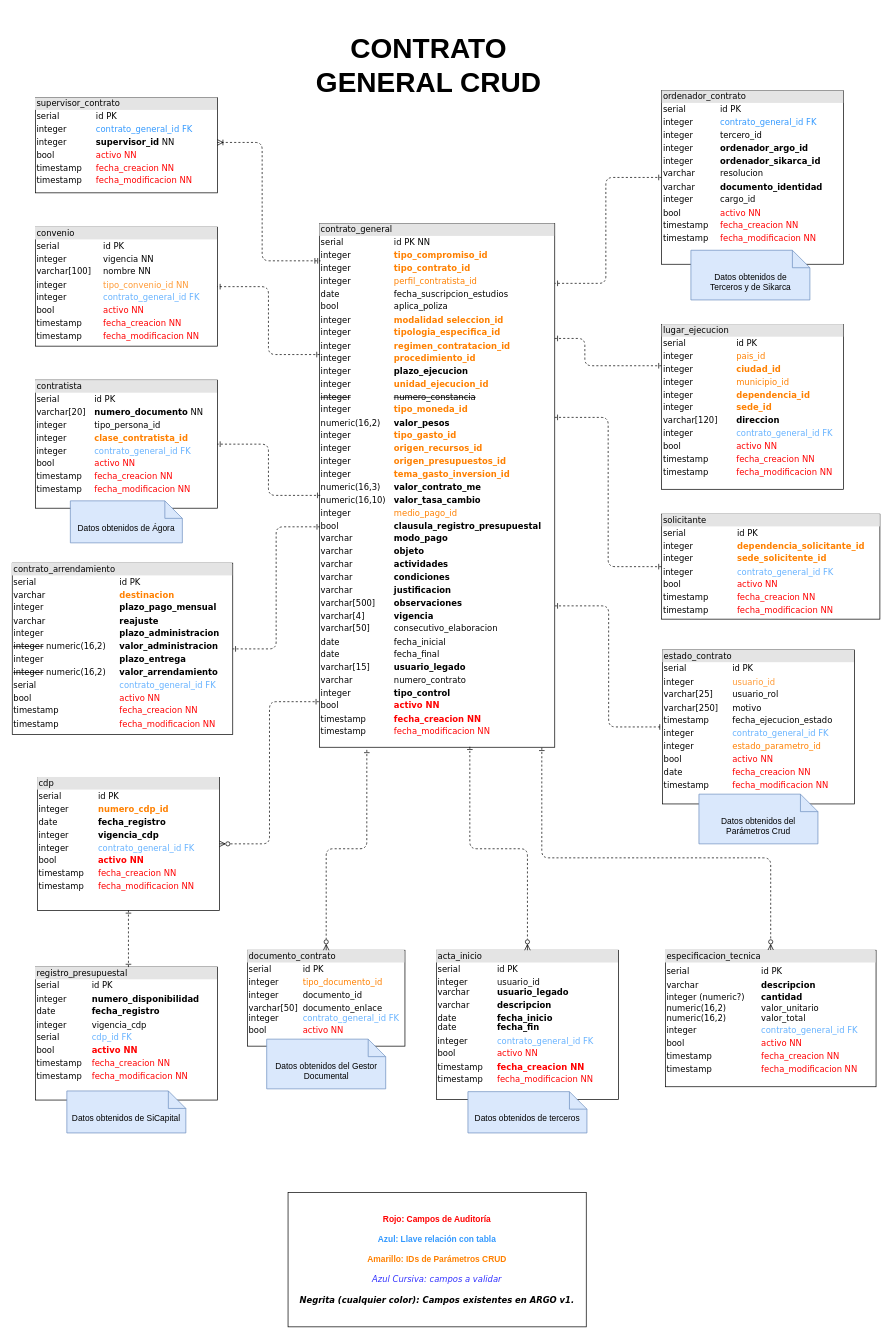
Before: modelo-database/modelo-datos-core-argo.drawio in udistrital/gestion_contractual_compras_contrato_crud, a draw.io diagram. Source tidied: cells renumbered, new cells numbered last; positions are measured from the earlier drawing's top-left corner, leaving out a move shared by most shapes. Both pictures are drawn from the tidied source at 70%, with x=0, y=0 at pixel (12, 12).
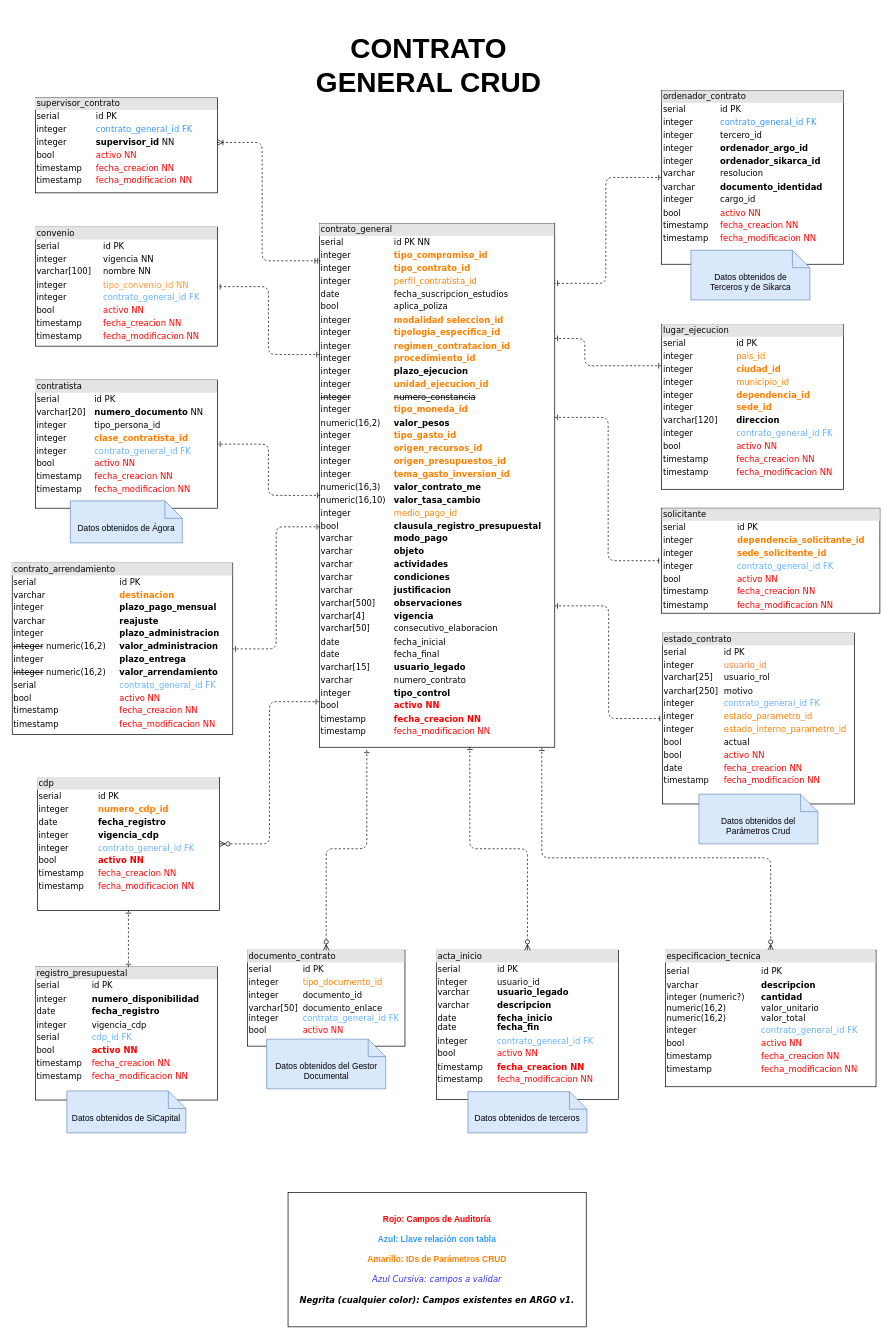
Above is the later version.

Commit message (it also covers changes not shown here):
feat: Actualización tabla estado_contrato udistrital/argo_documentacion/issues/250

Change to the diagram source:
```diff
@@
-    <mxCell id="2" value="&lt;div style=&quot;box-sizing: border-box ; width: 100% ; background: #e4e4e4 ; padding: 2px&quot;&gt;estado_contrato&lt;/div&gt;&lt;table style=&quot;width: 100% ; font-size: 1em&quot; cellpadding=&quot;2&quot; cellspacing=&quot;0&quot;&gt;&lt;tbody&gt;&lt;tr&gt;&lt;td&gt;serial&lt;span style=&quot;white-space: pre;&quot;&gt;&#9;&lt;/span&gt;&lt;/td&gt;&lt;td&gt;id PK&lt;/td&gt;&lt;/tr&gt;&lt;tr&gt;&lt;td&gt;integer&lt;/td&gt;&lt;td&gt;&lt;font color=&quot;#ff9933&quot;&gt;usuario_id&lt;/font&gt;&lt;/td&gt;&lt;/tr&gt;&lt;tr&gt;&lt;td&gt;varchar[25]&lt;/td&gt;&lt;td&gt;usuario_rol&lt;/td&gt;&lt;/tr&gt;&lt;tr&gt;&lt;td&gt;varchar[250]&lt;/td&gt;&lt;td&gt;motivo&lt;/td&gt;&lt;/tr&gt;&lt;tr&gt;&lt;td&gt;timestamp&lt;/td&gt;&lt;td&gt;fecha_ejecucion_estado&lt;br&gt;&lt;/td&gt;&lt;/tr&gt;&lt;tr&gt;&lt;td&gt;integer&lt;/td&gt;&lt;td&gt;&lt;span style=&quot;color: rgb(102, 178, 255);&quot;&gt;contrato_general_id FK&lt;/span&gt;&lt;br style=&quot;color: rgb(102, 178, 255);&quot;&gt;&lt;/td&gt;&lt;/tr&gt;&lt;tr&gt;&lt;td&gt;integer&lt;br&gt;&lt;/td&gt;&lt;td&gt;&lt;font color=&quot;#ff8000&quot;&gt;estado_parametro_id&lt;br&gt;&lt;/font&gt;&lt;/td&gt;&lt;/tr&gt;&lt;tr&gt;&lt;td&gt;bool&lt;br&gt;&lt;/td&gt;&lt;td&gt;&lt;font color=&quot;#ff0000&quot;&gt;activo NN&lt;br style=&quot;&quot;&gt;&lt;/font&gt;&lt;/td&gt;&lt;/tr&gt;&lt;tr&gt;&lt;td&gt;date&lt;/td&gt;&lt;td&gt;&lt;font color=&quot;#ff0000&quot;&gt;fecha_creacion NN&lt;br style=&quot;&quot;&gt;&lt;/font&gt;&lt;/td&gt;&lt;/tr&gt;&lt;tr&gt;&lt;td&gt;timestamp&lt;br&gt;&lt;/td&gt;&lt;td&gt;&lt;font color=&quot;#ff0000&quot;&gt;fecha_modificacion NN&lt;/font&gt;&lt;br&gt;&lt;/td&gt;&lt;/tr&gt;&lt;/tbody&gt;&lt;/table&gt;" style="verticalAlign=top;align=left;overflow=fill;html=1;rounded=0;shadow=0;comic=0;labelBackgroundColor=none;strokeWidth=1;fontFamily=Verdana;fontSize=12;" parent="1" vertex="1">
-      <mxGeometry x="929" y="911" width="274" height="220" as="geometry" />
+    <mxCell id="2" value="&lt;div style=&quot;box-sizing: border-box ; width: 100% ; background: #e4e4e4 ; padding: 2px&quot;&gt;estado_contrato&lt;/div&gt;&lt;table style=&quot;width: 100% ; font-size: 1em&quot; cellpadding=&quot;2&quot; cellspacing=&quot;0&quot;&gt;&lt;tbody&gt;&lt;tr&gt;&lt;td&gt;serial&lt;span style=&quot;white-space: pre;&quot;&gt;&#9;&lt;/span&gt;&lt;/td&gt;&lt;td&gt;id PK&lt;/td&gt;&lt;/tr&gt;&lt;tr&gt;&lt;td&gt;integer&lt;/td&gt;&lt;td&gt;&lt;font color=&quot;#ff8033&quot;&gt;usuario_id&lt;/font&gt;&lt;/td&gt;&lt;/tr&gt;&lt;tr&gt;&lt;td&gt;varchar[25]&lt;/td&gt;&lt;td&gt;usuario_rol&lt;/td&gt;&lt;/tr&gt;&lt;tr&gt;&lt;td&gt;varchar[250]&lt;/td&gt;&lt;td&gt;motivo&lt;/td&gt;&lt;/tr&gt;&lt;tr&gt;&lt;td&gt;integer&lt;/td&gt;&lt;td&gt;&lt;span style=&quot;color: rgb(102, 178, 255);&quot;&gt;contrato_general_id FK&lt;/span&gt;&lt;br style=&quot;color: rgb(102, 178, 255);&quot;&gt;&lt;/td&gt;&lt;/tr&gt;&lt;tr&gt;&lt;td&gt;integer&lt;br&gt;&lt;/td&gt;&lt;td&gt;&lt;font color=&quot;#ff8000&quot;&gt;estado_parametro_id&lt;br&gt;&lt;/font&gt;&lt;/td&gt;&lt;/tr&gt;&lt;tr&gt;&lt;td&gt;integer&lt;/td&gt;&lt;td&gt;&lt;font color=&quot;#ff8000&quot;&gt;estado_interno_parametro_id&lt;/font&gt;&lt;/td&gt;&lt;/tr&gt;&lt;tr&gt;&lt;td&gt;bool&lt;/td&gt;&lt;td&gt;actual&lt;/td&gt;&lt;/tr&gt;&lt;tr&gt;&lt;td&gt;bool&lt;br&gt;&lt;/td&gt;&lt;td&gt;&lt;font color=&quot;#ff0000&quot;&gt;activo NN&lt;br style=&quot;&quot;&gt;&lt;/font&gt;&lt;/td&gt;&lt;/tr&gt;&lt;tr&gt;&lt;td&gt;date&lt;/td&gt;&lt;td&gt;&lt;font color=&quot;#ff0000&quot;&gt;fecha_creacion NN&lt;br style=&quot;&quot;&gt;&lt;/font&gt;&lt;/td&gt;&lt;/tr&gt;&lt;tr&gt;&lt;td&gt;timestamp&lt;br&gt;&lt;/td&gt;&lt;td&gt;&lt;font color=&quot;#ff0000&quot;&gt;fecha_modificacion NN&lt;/font&gt;&lt;br&gt;&lt;/td&gt;&lt;/tr&gt;&lt;/tbody&gt;&lt;/table&gt;" style="verticalAlign=top;align=left;overflow=fill;html=1;rounded=0;shadow=0;comic=0;labelBackgroundColor=none;strokeWidth=1;fontFamily=Verdana;fontSize=12;" parent="1" vertex="1">
+      <mxGeometry x="929" y="887" width="274" height="244" as="geometry" />
     </mxCell>
@@
     <mxCell id="19" value="&lt;div style=&quot;box-sizing: border-box ; width: 100% ; background: #e4e4e4 ; padding: 2px&quot;&gt;solicitante&lt;/div&gt;&lt;table style=&quot;width: 100% ; font-size: 1em&quot; cellpadding=&quot;2&quot; cellspacing=&quot;0&quot;&gt;&lt;tbody&gt;&lt;tr&gt;&lt;td&gt;serial&lt;span style=&quot;white-space: pre;&quot;&gt;&#9;&lt;span style=&quot;white-space: pre;&quot;&gt;&#9;&lt;/span&gt;&lt;/span&gt;&lt;/td&gt;&lt;td&gt;id PK&lt;/td&gt;&lt;/tr&gt;&lt;tr&gt;&lt;td&gt;integer&lt;/td&gt;&lt;td&gt;&lt;span style=&quot;color: rgb(255, 128, 0);&quot;&gt;&lt;b&gt;dependencia_solicitante_id&lt;/b&gt;&lt;/span&gt;&lt;/td&gt;&lt;/tr&gt;&lt;tr&gt;&lt;td&gt;integer&lt;/td&gt;&lt;td&gt;&lt;font color=&quot;#ff8000&quot;&gt;&lt;b&gt;sede_solicitente_id&lt;/b&gt;&lt;/font&gt;&lt;/td&gt;&lt;/tr&gt;&lt;tr&gt;&lt;td&gt;integer&lt;br&gt;&lt;/td&gt;&lt;td&gt;&lt;span style=&quot;color: rgb(102, 178, 255);&quot;&gt;contrato_general_id FK&lt;/span&gt;&lt;br style=&quot;color: rgb(102, 178, 255);&quot;&gt;&lt;/td&gt;&lt;/tr&gt;&lt;tr&gt;&lt;td&gt;bool&lt;br&gt;&lt;/td&gt;&lt;td&gt;&lt;font color=&quot;#ff0000&quot;&gt;activo NN&lt;br style=&quot;&quot;&gt;&lt;/font&gt;&lt;/td&gt;&lt;/tr&gt;&lt;tr&gt;&lt;td&gt;timestamp&lt;br&gt;&lt;/td&gt;&lt;td&gt;&lt;font color=&quot;#ff0000&quot;&gt;fecha_creacion NN&lt;br style=&quot;&quot;&gt;&lt;/font&gt;&lt;/td&gt;&lt;/tr&gt;&lt;tr&gt;&lt;td&gt;timestamp&lt;br&gt;&lt;/td&gt;&lt;td&gt;&lt;font color=&quot;#ff0000&quot;&gt;fecha_modificacion NN&lt;/font&gt;&lt;br&gt;&lt;/td&gt;&lt;/tr&gt;&lt;/tbody&gt;&lt;/table&gt;" style="verticalAlign=top;align=left;overflow=fill;html=1;rounded=0;shadow=0;comic=0;labelBackgroundColor=none;strokeWidth=1;fontFamily=Verdana;fontSize=12;" parent="1" vertex="1">
-      <mxGeometry x="927.5" y="717" width="312" height="150" as="geometry" />
+      <mxGeometry x="927.5" y="708.5" width="312" height="150" as="geometry" />
     </mxCell>
```
